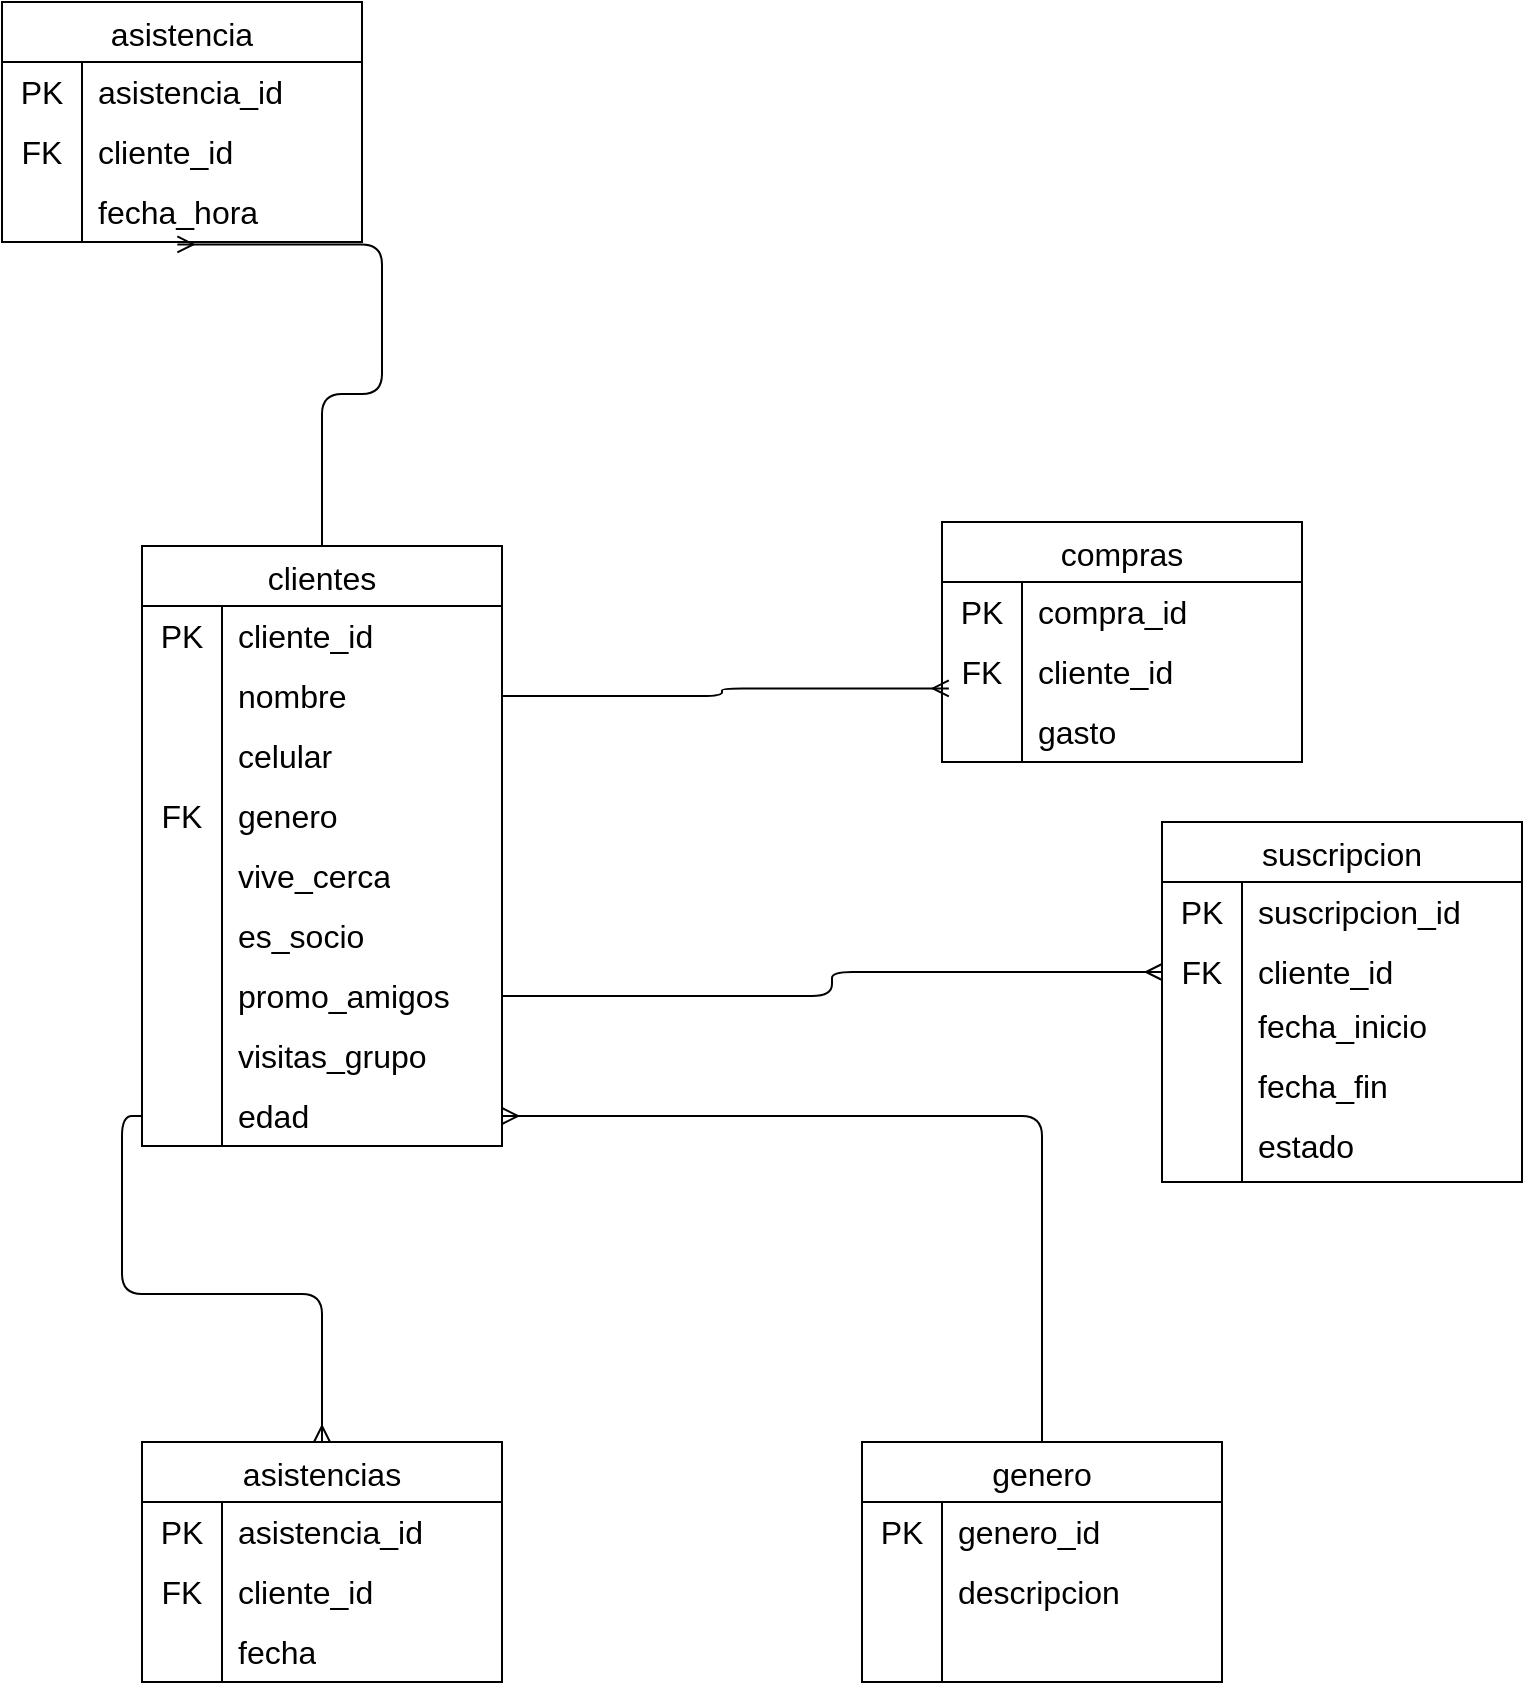
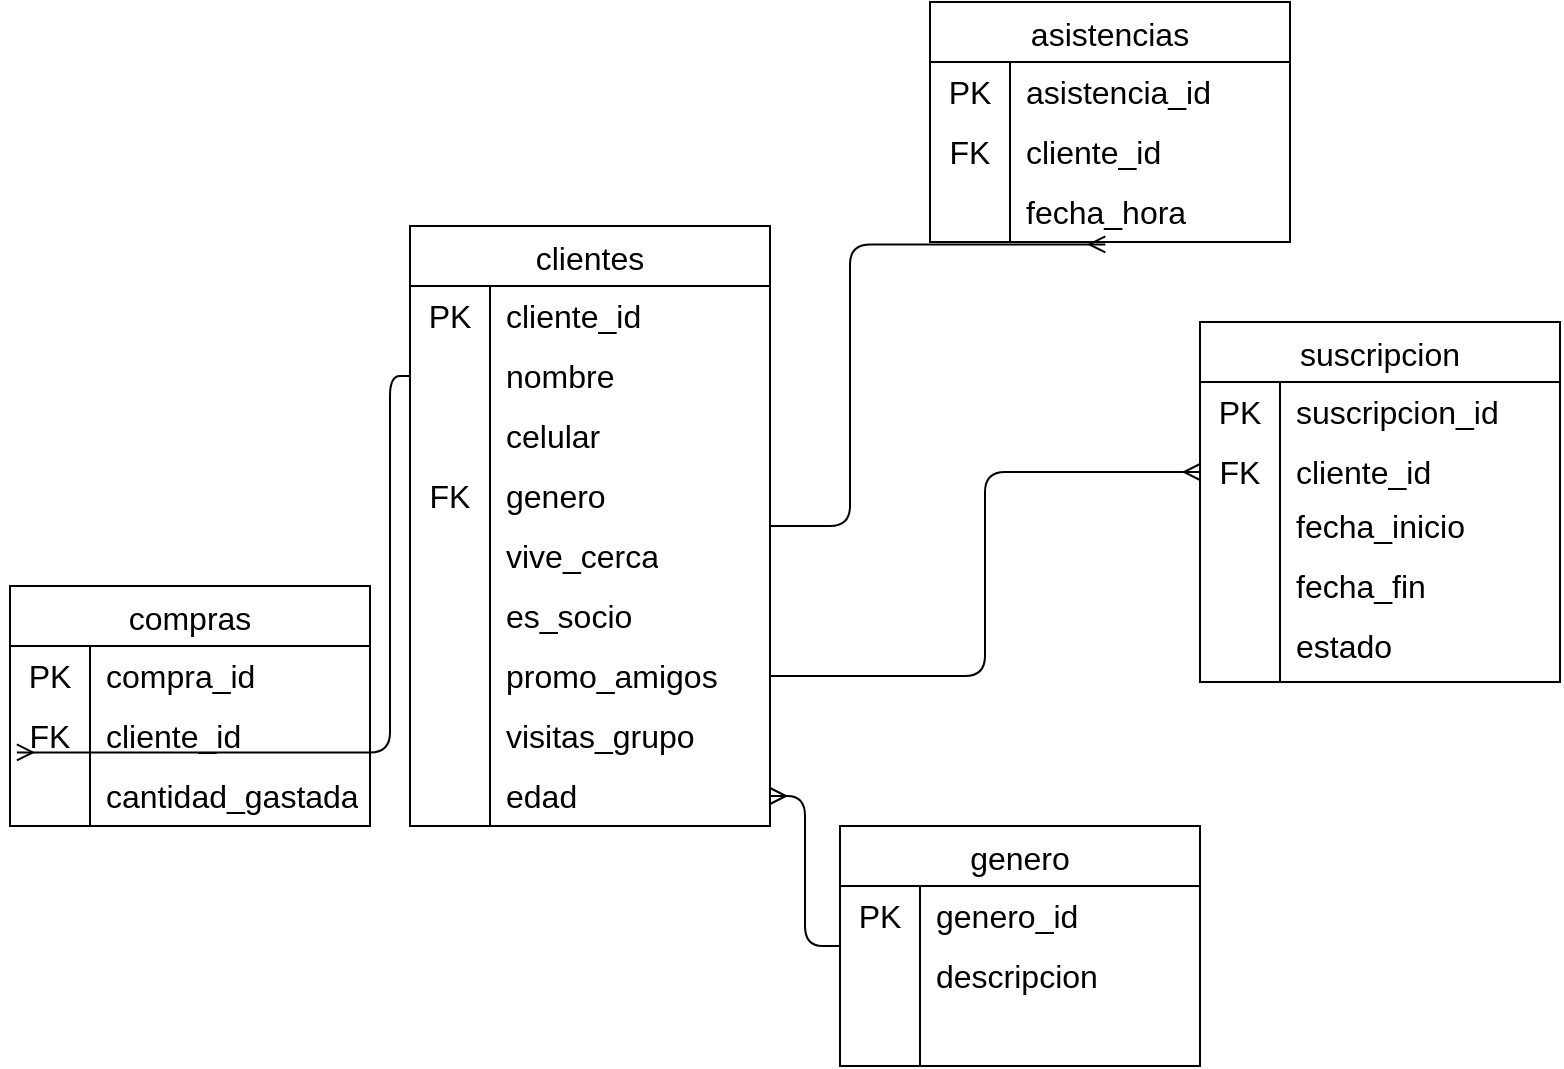
<mxfile host="65bd71144e">
    <diagram id="0N_q3d2VuDetmBSRo2Uj" name="Page-1">
-         <mxGraphModel dx="702" dy="1357" grid="1" gridSize="10" guides="1" tooltips="1" connect="1" arrows="1" fold="1" page="1" pageScale="1" pageWidth="850" pageHeight="1100" math="0" shadow="0">
+         <mxGraphModel dx="2738" dy="502" grid="1" gridSize="10" guides="1" tooltips="1" connect="1" arrows="1" fold="1" page="1" pageScale="1" pageWidth="850" pageHeight="1100" math="0" shadow="0">
            <root>
                <mxCell id="0"/>
                <mxCell id="1" parent="0"/>
                <mxCell id="2" value="clientes" style="shape=table;startSize=30;container=1;collapsible=0;childLayout=tableLayout;fixedRows=1;rowLines=0;fontStyle=0;strokeColor=default;fontSize=16;" parent="1" vertex="1">
                    <mxGeometry x="120" y="172" width="180" height="300" as="geometry"/>
                </mxCell>
                <mxCell id="3" value="" style="shape=tableRow;horizontal=0;startSize=0;swimlaneHead=0;swimlaneBody=0;top=0;left=0;bottom=0;right=0;collapsible=0;dropTarget=0;fillColor=none;points=[[0,0.5],[1,0.5]];portConstraint=eastwest;strokeColor=inherit;fontSize=16;" parent="2" vertex="1">
                    <mxGeometry y="30" width="180" height="30" as="geometry"/>
                </mxCell>
                <mxCell id="4" value="PK" style="shape=partialRectangle;html=1;whiteSpace=wrap;connectable=0;fillColor=none;top=0;left=0;bottom=0;right=0;overflow=hidden;pointerEvents=1;strokeColor=inherit;fontSize=16;" parent="3" vertex="1">
                    <mxGeometry width="40" height="30" as="geometry">
                        <mxRectangle width="40" height="30" as="alternateBounds"/>
                    </mxGeometry>
                </mxCell>
                <mxCell id="5" value="cliente_id" style="shape=partialRectangle;html=1;whiteSpace=wrap;connectable=0;fillColor=none;top=0;left=0;bottom=0;right=0;align=left;spacingLeft=6;overflow=hidden;strokeColor=inherit;fontSize=16;" parent="3" vertex="1">
                    <mxGeometry x="40" width="140" height="30" as="geometry">
                        <mxRectangle width="140" height="30" as="alternateBounds"/>
                    </mxGeometry>
                </mxCell>
                <mxCell id="6" value="" style="shape=tableRow;horizontal=0;startSize=0;swimlaneHead=0;swimlaneBody=0;top=0;left=0;bottom=0;right=0;collapsible=0;dropTarget=0;fillColor=none;points=[[0,0.5],[1,0.5]];portConstraint=eastwest;strokeColor=inherit;fontSize=16;" parent="2" vertex="1">
                    <mxGeometry y="60" width="180" height="30" as="geometry"/>
                </mxCell>
                <mxCell id="7" value="" style="shape=partialRectangle;html=1;whiteSpace=wrap;connectable=0;fillColor=none;top=0;left=0;bottom=0;right=0;overflow=hidden;strokeColor=inherit;fontSize=16;" parent="6" vertex="1">
                    <mxGeometry width="40" height="30" as="geometry">
                        <mxRectangle width="40" height="30" as="alternateBounds"/>
                    </mxGeometry>
                </mxCell>
                <mxCell id="8" value="nombre" style="shape=partialRectangle;html=1;whiteSpace=wrap;connectable=0;fillColor=none;top=0;left=0;bottom=0;right=0;align=left;spacingLeft=6;overflow=hidden;strokeColor=inherit;fontSize=16;" parent="6" vertex="1">
                    <mxGeometry x="40" width="140" height="30" as="geometry">
                        <mxRectangle width="140" height="30" as="alternateBounds"/>
                    </mxGeometry>
                </mxCell>
                <mxCell id="9" value="" style="shape=tableRow;horizontal=0;startSize=0;swimlaneHead=0;swimlaneBody=0;top=0;left=0;bottom=0;right=0;collapsible=0;dropTarget=0;fillColor=none;points=[[0,0.5],[1,0.5]];portConstraint=eastwest;strokeColor=inherit;fontSize=16;" parent="2" vertex="1">
                    <mxGeometry y="90" width="180" height="30" as="geometry"/>
                </mxCell>
                <mxCell id="10" value="" style="shape=partialRectangle;html=1;whiteSpace=wrap;connectable=0;fillColor=none;top=0;left=0;bottom=0;right=0;overflow=hidden;strokeColor=inherit;fontSize=16;" parent="9" vertex="1">
                    <mxGeometry width="40" height="30" as="geometry">
                        <mxRectangle width="40" height="30" as="alternateBounds"/>
                    </mxGeometry>
                </mxCell>
                <mxCell id="11" value="celular" style="shape=partialRectangle;html=1;whiteSpace=wrap;connectable=0;fillColor=none;top=0;left=0;bottom=0;right=0;align=left;spacingLeft=6;overflow=hidden;strokeColor=inherit;fontSize=16;" parent="9" vertex="1">
                    <mxGeometry x="40" width="140" height="30" as="geometry">
                        <mxRectangle width="140" height="30" as="alternateBounds"/>
                    </mxGeometry>
                </mxCell>
                <mxCell id="43" value="" style="shape=tableRow;horizontal=0;startSize=0;swimlaneHead=0;swimlaneBody=0;top=0;left=0;bottom=0;right=0;collapsible=0;dropTarget=0;fillColor=none;points=[[0,0.5],[1,0.5]];portConstraint=eastwest;strokeColor=inherit;fontSize=16;" parent="2" vertex="1">
                    <mxGeometry y="120" width="180" height="30" as="geometry"/>
                </mxCell>
                <mxCell id="44" value="FK" style="shape=partialRectangle;html=1;whiteSpace=wrap;connectable=0;fillColor=none;top=0;left=0;bottom=0;right=0;overflow=hidden;strokeColor=inherit;fontSize=16;" parent="43" vertex="1">
                    <mxGeometry width="40" height="30" as="geometry">
                        <mxRectangle width="40" height="30" as="alternateBounds"/>
                    </mxGeometry>
                </mxCell>
                <mxCell id="45" value="genero" style="shape=partialRectangle;html=1;whiteSpace=wrap;connectable=0;fillColor=none;top=0;left=0;bottom=0;right=0;align=left;spacingLeft=6;overflow=hidden;strokeColor=inherit;fontSize=16;" parent="43" vertex="1">
                    <mxGeometry x="40" width="140" height="30" as="geometry">
                        <mxRectangle width="140" height="30" as="alternateBounds"/>
                    </mxGeometry>
                </mxCell>
                <mxCell id="46" value="" style="shape=tableRow;horizontal=0;startSize=0;swimlaneHead=0;swimlaneBody=0;top=0;left=0;bottom=0;right=0;collapsible=0;dropTarget=0;fillColor=none;points=[[0,0.5],[1,0.5]];portConstraint=eastwest;strokeColor=inherit;fontSize=16;" parent="2" vertex="1">
                    <mxGeometry y="150" width="180" height="30" as="geometry"/>
                </mxCell>
                <mxCell id="47" value="" style="shape=partialRectangle;html=1;whiteSpace=wrap;connectable=0;fillColor=none;top=0;left=0;bottom=0;right=0;overflow=hidden;strokeColor=inherit;fontSize=16;" parent="46" vertex="1">
                    <mxGeometry width="40" height="30" as="geometry">
                        <mxRectangle width="40" height="30" as="alternateBounds"/>
                    </mxGeometry>
                </mxCell>
                <mxCell id="48" value="vive_cerca" style="shape=partialRectangle;html=1;whiteSpace=wrap;connectable=0;fillColor=none;top=0;left=0;bottom=0;right=0;align=left;spacingLeft=6;overflow=hidden;strokeColor=inherit;fontSize=16;" parent="46" vertex="1">
                    <mxGeometry x="40" width="140" height="30" as="geometry">
                        <mxRectangle width="140" height="30" as="alternateBounds"/>
                    </mxGeometry>
                </mxCell>
                <mxCell id="49" value="" style="shape=tableRow;horizontal=0;startSize=0;swimlaneHead=0;swimlaneBody=0;top=0;left=0;bottom=0;right=0;collapsible=0;dropTarget=0;fillColor=none;points=[[0,0.5],[1,0.5]];portConstraint=eastwest;strokeColor=inherit;fontSize=16;" parent="2" vertex="1">
                    <mxGeometry y="180" width="180" height="30" as="geometry"/>
                </mxCell>
                <mxCell id="50" value="" style="shape=partialRectangle;html=1;whiteSpace=wrap;connectable=0;fillColor=none;top=0;left=0;bottom=0;right=0;overflow=hidden;strokeColor=inherit;fontSize=16;" parent="49" vertex="1">
                    <mxGeometry width="40" height="30" as="geometry">
                        <mxRectangle width="40" height="30" as="alternateBounds"/>
                    </mxGeometry>
                </mxCell>
                <mxCell id="51" value="es_socio" style="shape=partialRectangle;html=1;whiteSpace=wrap;connectable=0;fillColor=none;top=0;left=0;bottom=0;right=0;align=left;spacingLeft=6;overflow=hidden;strokeColor=inherit;fontSize=16;" parent="49" vertex="1">
                    <mxGeometry x="40" width="140" height="30" as="geometry">
                        <mxRectangle width="140" height="30" as="alternateBounds"/>
                    </mxGeometry>
                </mxCell>
                <mxCell id="52" value="" style="shape=tableRow;horizontal=0;startSize=0;swimlaneHead=0;swimlaneBody=0;top=0;left=0;bottom=0;right=0;collapsible=0;dropTarget=0;fillColor=none;points=[[0,0.5],[1,0.5]];portConstraint=eastwest;strokeColor=inherit;fontSize=16;" parent="2" vertex="1">
                    <mxGeometry y="210" width="180" height="30" as="geometry"/>
                </mxCell>
                <mxCell id="53" value="" style="shape=partialRectangle;html=1;whiteSpace=wrap;connectable=0;fillColor=none;top=0;left=0;bottom=0;right=0;overflow=hidden;strokeColor=inherit;fontSize=16;" parent="52" vertex="1">
                    <mxGeometry width="40" height="30" as="geometry">
                        <mxRectangle width="40" height="30" as="alternateBounds"/>
                    </mxGeometry>
                </mxCell>
                <mxCell id="54" value="promo_amigos" style="shape=partialRectangle;html=1;whiteSpace=wrap;connectable=0;fillColor=none;top=0;left=0;bottom=0;right=0;align=left;spacingLeft=6;overflow=hidden;strokeColor=inherit;fontSize=16;" parent="52" vertex="1">
                    <mxGeometry x="40" width="140" height="30" as="geometry">
                        <mxRectangle width="140" height="30" as="alternateBounds"/>
                    </mxGeometry>
                </mxCell>
                <mxCell id="55" value="" style="shape=tableRow;horizontal=0;startSize=0;swimlaneHead=0;swimlaneBody=0;top=0;left=0;bottom=0;right=0;collapsible=0;dropTarget=0;fillColor=none;points=[[0,0.5],[1,0.5]];portConstraint=eastwest;strokeColor=inherit;fontSize=16;" parent="2" vertex="1">
                    <mxGeometry y="240" width="180" height="30" as="geometry"/>
                </mxCell>
                <mxCell id="56" value="" style="shape=partialRectangle;html=1;whiteSpace=wrap;connectable=0;fillColor=none;top=0;left=0;bottom=0;right=0;overflow=hidden;strokeColor=inherit;fontSize=16;" parent="55" vertex="1">
                    <mxGeometry width="40" height="30" as="geometry">
                        <mxRectangle width="40" height="30" as="alternateBounds"/>
                    </mxGeometry>
                </mxCell>
                <mxCell id="57" value="visitas_grupo" style="shape=partialRectangle;html=1;whiteSpace=wrap;connectable=0;fillColor=none;top=0;left=0;bottom=0;right=0;align=left;spacingLeft=6;overflow=hidden;strokeColor=inherit;fontSize=16;" parent="55" vertex="1">
                    <mxGeometry x="40" width="140" height="30" as="geometry">
                        <mxRectangle width="140" height="30" as="alternateBounds"/>
                    </mxGeometry>
                </mxCell>
                <mxCell id="58" value="" style="shape=tableRow;horizontal=0;startSize=0;swimlaneHead=0;swimlaneBody=0;top=0;left=0;bottom=0;right=0;collapsible=0;dropTarget=0;fillColor=none;points=[[0,0.5],[1,0.5]];portConstraint=eastwest;strokeColor=inherit;fontSize=16;" parent="2" vertex="1">
                    <mxGeometry y="270" width="180" height="30" as="geometry"/>
                </mxCell>
                <mxCell id="59" value="" style="shape=partialRectangle;html=1;whiteSpace=wrap;connectable=0;fillColor=none;top=0;left=0;bottom=0;right=0;overflow=hidden;strokeColor=inherit;fontSize=16;" parent="58" vertex="1">
                    <mxGeometry width="40" height="30" as="geometry">
                        <mxRectangle width="40" height="30" as="alternateBounds"/>
                    </mxGeometry>
                </mxCell>
                <mxCell id="60" value="edad" style="shape=partialRectangle;html=1;whiteSpace=wrap;connectable=0;fillColor=none;top=0;left=0;bottom=0;right=0;align=left;spacingLeft=6;overflow=hidden;strokeColor=inherit;fontSize=16;" parent="58" vertex="1">
                    <mxGeometry x="40" width="140" height="30" as="geometry">
                        <mxRectangle width="140" height="30" as="alternateBounds"/>
                    </mxGeometry>
                </mxCell>
                <mxCell id="96" style="edgeStyle=orthogonalEdgeStyle;html=1;entryX=1;entryY=0.5;entryDx=0;entryDy=0;endArrow=ERmany;endFill=0;" parent="1" source="12" target="58" edge="1">
                    <mxGeometry relative="1" as="geometry"/>
                </mxCell>
                <mxCell id="12" value="genero" style="shape=table;startSize=30;container=1;collapsible=0;childLayout=tableLayout;fixedRows=1;rowLines=0;fontStyle=0;strokeColor=default;fontSize=16;" parent="1" vertex="1">
-                     <mxGeometry x="480" y="620" width="180" height="120" as="geometry"/>
+                     <mxGeometry x="335" y="472" width="180" height="120" as="geometry"/>
                </mxCell>
                <mxCell id="13" value="" style="shape=tableRow;horizontal=0;startSize=0;swimlaneHead=0;swimlaneBody=0;top=0;left=0;bottom=0;right=0;collapsible=0;dropTarget=0;fillColor=none;points=[[0,0.5],[1,0.5]];portConstraint=eastwest;strokeColor=inherit;fontSize=16;" parent="12" vertex="1">
                    <mxGeometry y="30" width="180" height="30" as="geometry"/>
                </mxCell>
                <mxCell id="14" value="PK" style="shape=partialRectangle;html=1;whiteSpace=wrap;connectable=0;fillColor=none;top=0;left=0;bottom=0;right=0;overflow=hidden;pointerEvents=1;strokeColor=inherit;fontSize=16;" parent="13" vertex="1">
                    <mxGeometry width="40" height="30" as="geometry">
                        <mxRectangle width="40" height="30" as="alternateBounds"/>
                    </mxGeometry>
                </mxCell>
                <mxCell id="15" value="genero_id" style="shape=partialRectangle;html=1;whiteSpace=wrap;connectable=0;fillColor=none;top=0;left=0;bottom=0;right=0;align=left;spacingLeft=6;overflow=hidden;strokeColor=inherit;fontSize=16;" parent="13" vertex="1">
                    <mxGeometry x="40" width="140" height="30" as="geometry">
                        <mxRectangle width="140" height="30" as="alternateBounds"/>
                    </mxGeometry>
                </mxCell>
                <mxCell id="16" value="" style="shape=tableRow;horizontal=0;startSize=0;swimlaneHead=0;swimlaneBody=0;top=0;left=0;bottom=0;right=0;collapsible=0;dropTarget=0;fillColor=none;points=[[0,0.5],[1,0.5]];portConstraint=eastwest;strokeColor=inherit;fontSize=16;" parent="12" vertex="1">
                    <mxGeometry y="60" width="180" height="30" as="geometry"/>
                </mxCell>
                <mxCell id="17" value="" style="shape=partialRectangle;html=1;whiteSpace=wrap;connectable=0;fillColor=none;top=0;left=0;bottom=0;right=0;overflow=hidden;strokeColor=inherit;fontSize=16;" parent="16" vertex="1">
                    <mxGeometry width="40" height="30" as="geometry">
                        <mxRectangle width="40" height="30" as="alternateBounds"/>
                    </mxGeometry>
                </mxCell>
                <mxCell id="18" value="descripcion" style="shape=partialRectangle;html=1;whiteSpace=wrap;connectable=0;fillColor=none;top=0;left=0;bottom=0;right=0;align=left;spacingLeft=6;overflow=hidden;strokeColor=inherit;fontSize=16;" parent="16" vertex="1">
                    <mxGeometry x="40" width="140" height="30" as="geometry">
                        <mxRectangle width="140" height="30" as="alternateBounds"/>
                    </mxGeometry>
                </mxCell>
                <mxCell id="19" value="" style="shape=tableRow;horizontal=0;startSize=0;swimlaneHead=0;swimlaneBody=0;top=0;left=0;bottom=0;right=0;collapsible=0;dropTarget=0;fillColor=none;points=[[0,0.5],[1,0.5]];portConstraint=eastwest;strokeColor=inherit;fontSize=16;" parent="12" vertex="1">
                    <mxGeometry y="90" width="180" height="30" as="geometry"/>
                </mxCell>
                <mxCell id="20" value="" style="shape=partialRectangle;html=1;whiteSpace=wrap;connectable=0;fillColor=none;top=0;left=0;bottom=0;right=0;overflow=hidden;strokeColor=inherit;fontSize=16;" parent="19" vertex="1">
                    <mxGeometry width="40" height="30" as="geometry">
                        <mxRectangle width="40" height="30" as="alternateBounds"/>
                    </mxGeometry>
                </mxCell>
                <mxCell id="21" value="" style="shape=partialRectangle;html=1;whiteSpace=wrap;connectable=0;fillColor=none;top=0;left=0;bottom=0;right=0;align=left;spacingLeft=6;overflow=hidden;strokeColor=inherit;fontSize=16;" parent="19" vertex="1">
                    <mxGeometry x="40" width="140" height="30" as="geometry">
                        <mxRectangle width="140" height="30" as="alternateBounds"/>
                    </mxGeometry>
                </mxCell>
                <mxCell id="22" value="suscripcion" style="shape=table;startSize=30;container=1;collapsible=0;childLayout=tableLayout;fixedRows=1;rowLines=0;fontStyle=0;strokeColor=default;fontSize=16;" parent="1" vertex="1">
-                     <mxGeometry x="630" y="310" width="180" height="180" as="geometry"/>
+                     <mxGeometry x="515" y="220" width="180" height="180" as="geometry"/>
                </mxCell>
                <mxCell id="23" value="" style="shape=tableRow;horizontal=0;startSize=0;swimlaneHead=0;swimlaneBody=0;top=0;left=0;bottom=0;right=0;collapsible=0;dropTarget=0;fillColor=none;points=[[0,0.5],[1,0.5]];portConstraint=eastwest;strokeColor=inherit;fontSize=16;" parent="22" vertex="1">
                    <mxGeometry y="30" width="180" height="30" as="geometry"/>
                </mxCell>
                <mxCell id="24" value="PK" style="shape=partialRectangle;html=1;whiteSpace=wrap;connectable=0;fillColor=none;top=0;left=0;bottom=0;right=0;overflow=hidden;pointerEvents=1;strokeColor=inherit;fontSize=16;" parent="23" vertex="1">
                    <mxGeometry width="40" height="30" as="geometry">
                        <mxRectangle width="40" height="30" as="alternateBounds"/>
                    </mxGeometry>
                </mxCell>
                <mxCell id="25" value="suscripcion_id" style="shape=partialRectangle;html=1;whiteSpace=wrap;connectable=0;fillColor=none;top=0;left=0;bottom=0;right=0;align=left;spacingLeft=6;overflow=hidden;strokeColor=inherit;fontSize=16;" parent="23" vertex="1">
                    <mxGeometry x="40" width="140" height="30" as="geometry">
                        <mxRectangle width="140" height="30" as="alternateBounds"/>
                    </mxGeometry>
                </mxCell>
                <mxCell id="26" value="" style="shape=tableRow;horizontal=0;startSize=0;swimlaneHead=0;swimlaneBody=0;top=0;left=0;bottom=0;right=0;collapsible=0;dropTarget=0;fillColor=none;points=[[0,0.5],[1,0.5]];portConstraint=eastwest;strokeColor=inherit;fontSize=16;" parent="22" vertex="1">
                    <mxGeometry y="60" width="180" height="30" as="geometry"/>
                </mxCell>
                <mxCell id="27" value="FK" style="shape=partialRectangle;html=1;whiteSpace=wrap;connectable=0;fillColor=none;top=0;left=0;bottom=0;right=0;overflow=hidden;strokeColor=inherit;fontSize=16;" parent="26" vertex="1">
                    <mxGeometry width="40" height="30" as="geometry">
                        <mxRectangle width="40" height="30" as="alternateBounds"/>
                    </mxGeometry>
                </mxCell>
                <mxCell id="28" value="cliente_id" style="shape=partialRectangle;html=1;whiteSpace=wrap;connectable=0;fillColor=none;top=0;left=0;bottom=0;right=0;align=left;spacingLeft=6;overflow=hidden;strokeColor=inherit;fontSize=16;" parent="26" vertex="1">
                    <mxGeometry x="40" width="140" height="30" as="geometry">
                        <mxRectangle width="140" height="30" as="alternateBounds"/>
                    </mxGeometry>
                </mxCell>
                <mxCell id="29" value="" style="shape=tableRow;horizontal=0;startSize=0;swimlaneHead=0;swimlaneBody=0;top=0;left=0;bottom=0;right=0;collapsible=0;dropTarget=0;fillColor=none;points=[[0,0.5],[1,0.5]];portConstraint=eastwest;strokeColor=inherit;fontSize=16;" parent="22" vertex="1">
                    <mxGeometry y="90" width="180" height="30" as="geometry"/>
                </mxCell>
                <mxCell id="30" value="" style="shape=partialRectangle;html=1;whiteSpace=wrap;connectable=0;fillColor=none;top=0;left=0;bottom=0;right=0;overflow=hidden;strokeColor=inherit;fontSize=16;" parent="29" vertex="1">
                    <mxGeometry width="40" height="30" as="geometry">
                        <mxRectangle width="40" height="30" as="alternateBounds"/>
                    </mxGeometry>
                </mxCell>
                <mxCell id="31" value="fecha_inicio&lt;div&gt;&lt;br&gt;&lt;/div&gt;" style="shape=partialRectangle;html=1;whiteSpace=wrap;connectable=0;fillColor=none;top=0;left=0;bottom=0;right=0;align=left;spacingLeft=6;overflow=hidden;strokeColor=inherit;fontSize=16;" parent="29" vertex="1">
                    <mxGeometry x="40" width="140" height="30" as="geometry">
                        <mxRectangle width="140" height="30" as="alternateBounds"/>
                    </mxGeometry>
                </mxCell>
                <mxCell id="61" value="" style="shape=tableRow;horizontal=0;startSize=0;swimlaneHead=0;swimlaneBody=0;top=0;left=0;bottom=0;right=0;collapsible=0;dropTarget=0;fillColor=none;points=[[0,0.5],[1,0.5]];portConstraint=eastwest;strokeColor=inherit;fontSize=16;" parent="22" vertex="1">
                    <mxGeometry y="120" width="180" height="30" as="geometry"/>
                </mxCell>
                <mxCell id="62" value="" style="shape=partialRectangle;html=1;whiteSpace=wrap;connectable=0;fillColor=none;top=0;left=0;bottom=0;right=0;overflow=hidden;strokeColor=inherit;fontSize=16;" parent="61" vertex="1">
                    <mxGeometry width="40" height="30" as="geometry">
                        <mxRectangle width="40" height="30" as="alternateBounds"/>
                    </mxGeometry>
                </mxCell>
                <mxCell id="63" value="fecha_fin&lt;div&gt;&lt;br&gt;&lt;/div&gt;" style="shape=partialRectangle;html=1;whiteSpace=wrap;connectable=0;fillColor=none;top=0;left=0;bottom=0;right=0;align=left;spacingLeft=6;overflow=hidden;strokeColor=inherit;fontSize=16;" parent="61" vertex="1">
                    <mxGeometry x="40" width="140" height="30" as="geometry">
                        <mxRectangle width="140" height="30" as="alternateBounds"/>
                    </mxGeometry>
                </mxCell>
                <mxCell id="64" value="" style="shape=tableRow;horizontal=0;startSize=0;swimlaneHead=0;swimlaneBody=0;top=0;left=0;bottom=0;right=0;collapsible=0;dropTarget=0;fillColor=none;points=[[0,0.5],[1,0.5]];portConstraint=eastwest;strokeColor=inherit;fontSize=16;" parent="22" vertex="1">
                    <mxGeometry y="150" width="180" height="30" as="geometry"/>
                </mxCell>
                <mxCell id="65" value="" style="shape=partialRectangle;html=1;whiteSpace=wrap;connectable=0;fillColor=none;top=0;left=0;bottom=0;right=0;overflow=hidden;strokeColor=inherit;fontSize=16;" parent="64" vertex="1">
                    <mxGeometry width="40" height="30" as="geometry">
                        <mxRectangle width="40" height="30" as="alternateBounds"/>
                    </mxGeometry>
                </mxCell>
                <mxCell id="66" value="estado&lt;div&gt;&lt;br&gt;&lt;/div&gt;" style="shape=partialRectangle;html=1;whiteSpace=wrap;connectable=0;fillColor=none;top=0;left=0;bottom=0;right=0;align=left;spacingLeft=6;overflow=hidden;strokeColor=inherit;fontSize=16;" parent="64" vertex="1">
                    <mxGeometry x="40" width="140" height="30" as="geometry">
                        <mxRectangle width="140" height="30" as="alternateBounds"/>
                    </mxGeometry>
                </mxCell>
                <mxCell id="67" value="compras" style="shape=table;startSize=30;container=1;collapsible=0;childLayout=tableLayout;fixedRows=1;rowLines=0;fontStyle=0;strokeColor=default;fontSize=16;" parent="1" vertex="1">
-                     <mxGeometry x="520" y="160" width="180" height="120" as="geometry"/>
+                     <mxGeometry x="-80" y="352" width="180" height="120" as="geometry"/>
                </mxCell>
                <mxCell id="68" value="" style="shape=tableRow;horizontal=0;startSize=0;swimlaneHead=0;swimlaneBody=0;top=0;left=0;bottom=0;right=0;collapsible=0;dropTarget=0;fillColor=none;points=[[0,0.5],[1,0.5]];portConstraint=eastwest;strokeColor=inherit;fontSize=16;" parent="67" vertex="1">
                    <mxGeometry y="30" width="180" height="30" as="geometry"/>
                </mxCell>
                <mxCell id="69" value="PK" style="shape=partialRectangle;html=1;whiteSpace=wrap;connectable=0;fillColor=none;top=0;left=0;bottom=0;right=0;overflow=hidden;pointerEvents=1;strokeColor=inherit;fontSize=16;" parent="68" vertex="1">
                    <mxGeometry width="40" height="30" as="geometry">
                        <mxRectangle width="40" height="30" as="alternateBounds"/>
                    </mxGeometry>
                </mxCell>
                <mxCell id="70" value="compra_id" style="shape=partialRectangle;html=1;whiteSpace=wrap;connectable=0;fillColor=none;top=0;left=0;bottom=0;right=0;align=left;spacingLeft=6;overflow=hidden;strokeColor=inherit;fontSize=16;" parent="68" vertex="1">
                    <mxGeometry x="40" width="140" height="30" as="geometry">
                        <mxRectangle width="140" height="30" as="alternateBounds"/>
                    </mxGeometry>
                </mxCell>
                <mxCell id="71" value="" style="shape=tableRow;horizontal=0;startSize=0;swimlaneHead=0;swimlaneBody=0;top=0;left=0;bottom=0;right=0;collapsible=0;dropTarget=0;fillColor=none;points=[[0,0.5],[1,0.5]];portConstraint=eastwest;strokeColor=inherit;fontSize=16;" parent="67" vertex="1">
                    <mxGeometry y="60" width="180" height="30" as="geometry"/>
                </mxCell>
                <mxCell id="72" value="FK" style="shape=partialRectangle;html=1;whiteSpace=wrap;connectable=0;fillColor=none;top=0;left=0;bottom=0;right=0;overflow=hidden;strokeColor=inherit;fontSize=16;" parent="71" vertex="1">
                    <mxGeometry width="40" height="30" as="geometry">
                        <mxRectangle width="40" height="30" as="alternateBounds"/>
                    </mxGeometry>
                </mxCell>
                <mxCell id="73" value="cliente_id" style="shape=partialRectangle;html=1;whiteSpace=wrap;connectable=0;fillColor=none;top=0;left=0;bottom=0;right=0;align=left;spacingLeft=6;overflow=hidden;strokeColor=inherit;fontSize=16;" parent="71" vertex="1">
                    <mxGeometry x="40" width="140" height="30" as="geometry">
                        <mxRectangle width="140" height="30" as="alternateBounds"/>
                    </mxGeometry>
                </mxCell>
                <mxCell id="74" value="" style="shape=tableRow;horizontal=0;startSize=0;swimlaneHead=0;swimlaneBody=0;top=0;left=0;bottom=0;right=0;collapsible=0;dropTarget=0;fillColor=none;points=[[0,0.5],[1,0.5]];portConstraint=eastwest;strokeColor=inherit;fontSize=16;" parent="67" vertex="1">
                    <mxGeometry y="90" width="180" height="30" as="geometry"/>
                </mxCell>
                <mxCell id="75" value="" style="shape=partialRectangle;html=1;whiteSpace=wrap;connectable=0;fillColor=none;top=0;left=0;bottom=0;right=0;overflow=hidden;strokeColor=inherit;fontSize=16;" parent="74" vertex="1">
                    <mxGeometry width="40" height="30" as="geometry">
                        <mxRectangle width="40" height="30" as="alternateBounds"/>
                    </mxGeometry>
                </mxCell>
-                 <mxCell id="76" value="gasto" style="shape=partialRectangle;html=1;whiteSpace=wrap;connectable=0;fillColor=none;top=0;left=0;bottom=0;right=0;align=left;spacingLeft=6;overflow=hidden;strokeColor=inherit;fontSize=16;" parent="74" vertex="1">
-                     <mxGeometry x="40" width="140" height="30" as="geometry">
-                         <mxRectangle width="140" height="30" as="alternateBounds"/>
-                     </mxGeometry>
-                 </mxCell>
-                 <mxCell id="77" value="asistencias" style="shape=table;startSize=30;container=1;collapsible=0;childLayout=tableLayout;fixedRows=1;rowLines=0;fontStyle=0;strokeColor=default;fontSize=16;" parent="1" vertex="1">
-                     <mxGeometry x="120" y="620" width="180" height="120" as="geometry"/>
-                 </mxCell>
-                 <mxCell id="78" value="" style="shape=tableRow;horizontal=0;startSize=0;swimlaneHead=0;swimlaneBody=0;top=0;left=0;bottom=0;right=0;collapsible=0;dropTarget=0;fillColor=none;points=[[0,0.5],[1,0.5]];portConstraint=eastwest;strokeColor=inherit;fontSize=16;" parent="77" vertex="1">
-                     <mxGeometry y="30" width="180" height="30" as="geometry"/>
-                 </mxCell>
-                 <mxCell id="79" value="PK" style="shape=partialRectangle;html=1;whiteSpace=wrap;connectable=0;fillColor=none;top=0;left=0;bottom=0;right=0;overflow=hidden;pointerEvents=1;strokeColor=inherit;fontSize=16;" parent="78" vertex="1">
-                     <mxGeometry width="40" height="30" as="geometry">
-                         <mxRectangle width="40" height="30" as="alternateBounds"/>
-                     </mxGeometry>
-                 </mxCell>
-                 <mxCell id="80" value="asistencia_id" style="shape=partialRectangle;html=1;whiteSpace=wrap;connectable=0;fillColor=none;top=0;left=0;bottom=0;right=0;align=left;spacingLeft=6;overflow=hidden;strokeColor=inherit;fontSize=16;" parent="78" vertex="1">
-                     <mxGeometry x="40" width="140" height="30" as="geometry">
-                         <mxRectangle width="140" height="30" as="alternateBounds"/>
-                     </mxGeometry>
-                 </mxCell>
-                 <mxCell id="81" value="" style="shape=tableRow;horizontal=0;startSize=0;swimlaneHead=0;swimlaneBody=0;top=0;left=0;bottom=0;right=0;collapsible=0;dropTarget=0;fillColor=none;points=[[0,0.5],[1,0.5]];portConstraint=eastwest;strokeColor=inherit;fontSize=16;" parent="77" vertex="1">
-                     <mxGeometry y="60" width="180" height="30" as="geometry"/>
-                 </mxCell>
-                 <mxCell id="82" value="FK" style="shape=partialRectangle;html=1;whiteSpace=wrap;connectable=0;fillColor=none;top=0;left=0;bottom=0;right=0;overflow=hidden;strokeColor=inherit;fontSize=16;" parent="81" vertex="1">
-                     <mxGeometry width="40" height="30" as="geometry">
-                         <mxRectangle width="40" height="30" as="alternateBounds"/>
-                     </mxGeometry>
-                 </mxCell>
-                 <mxCell id="83" value="cliente_id" style="shape=partialRectangle;html=1;whiteSpace=wrap;connectable=0;fillColor=none;top=0;left=0;bottom=0;right=0;align=left;spacingLeft=6;overflow=hidden;strokeColor=inherit;fontSize=16;" parent="81" vertex="1">
-                     <mxGeometry x="40" width="140" height="30" as="geometry">
-                         <mxRectangle width="140" height="30" as="alternateBounds"/>
-                     </mxGeometry>
-                 </mxCell>
-                 <mxCell id="84" value="" style="shape=tableRow;horizontal=0;startSize=0;swimlaneHead=0;swimlaneBody=0;top=0;left=0;bottom=0;right=0;collapsible=0;dropTarget=0;fillColor=none;points=[[0,0.5],[1,0.5]];portConstraint=eastwest;strokeColor=inherit;fontSize=16;" parent="77" vertex="1">
-                     <mxGeometry y="90" width="180" height="30" as="geometry"/>
-                 </mxCell>
-                 <mxCell id="85" value="" style="shape=partialRectangle;html=1;whiteSpace=wrap;connectable=0;fillColor=none;top=0;left=0;bottom=0;right=0;overflow=hidden;strokeColor=inherit;fontSize=16;" parent="84" vertex="1">
-                     <mxGeometry width="40" height="30" as="geometry">
-                         <mxRectangle width="40" height="30" as="alternateBounds"/>
-                     </mxGeometry>
-                 </mxCell>
-                 <mxCell id="86" value="fecha" style="shape=partialRectangle;html=1;whiteSpace=wrap;connectable=0;fillColor=none;top=0;left=0;bottom=0;right=0;align=left;spacingLeft=6;overflow=hidden;strokeColor=inherit;fontSize=16;" parent="84" vertex="1">
+                 <mxCell id="76" value="cantidad_gastada" style="shape=partialRectangle;html=1;whiteSpace=wrap;connectable=0;fillColor=none;top=0;left=0;bottom=0;right=0;align=left;spacingLeft=6;overflow=hidden;strokeColor=inherit;fontSize=16;" parent="74" vertex="1">
                    <mxGeometry x="40" width="140" height="30" as="geometry">
                        <mxRectangle width="140" height="30" as="alternateBounds"/>
                    </mxGeometry>
                </mxCell>
                <mxCell id="90" style="edgeStyle=orthogonalEdgeStyle;html=1;entryX=0.019;entryY=0.773;entryDx=0;entryDy=0;entryPerimeter=0;endArrow=ERmany;endFill=0;" parent="1" source="6" target="71" edge="1">
                    <mxGeometry relative="1" as="geometry"/>
                </mxCell>
-                 <mxCell id="91" style="edgeStyle=orthogonalEdgeStyle;html=1;entryX=0.5;entryY=0;entryDx=0;entryDy=0;endArrow=ERmany;endFill=0;" parent="1" source="58" target="77" edge="1">
-                     <mxGeometry relative="1" as="geometry"/>
-                 </mxCell>
                <mxCell id="93" style="edgeStyle=orthogonalEdgeStyle;html=1;entryX=0;entryY=0.5;entryDx=0;entryDy=0;endArrow=ERmany;endFill=0;" parent="1" source="52" target="26" edge="1">
                    <mxGeometry relative="1" as="geometry"/>
                </mxCell>
-                 <mxCell id="97" value="asistencia" style="shape=table;startSize=30;container=1;collapsible=0;childLayout=tableLayout;fixedRows=1;rowLines=0;fontStyle=0;strokeColor=default;fontSize=16;" vertex="1" parent="1">
-                     <mxGeometry x="50" y="-100" width="180" height="120" as="geometry"/>
-                 </mxCell>
-                 <mxCell id="98" value="" style="shape=tableRow;horizontal=0;startSize=0;swimlaneHead=0;swimlaneBody=0;top=0;left=0;bottom=0;right=0;collapsible=0;dropTarget=0;fillColor=none;points=[[0,0.5],[1,0.5]];portConstraint=eastwest;strokeColor=inherit;fontSize=16;" vertex="1" parent="97">
-                     <mxGeometry y="30" width="180" height="30" as="geometry"/>
-                 </mxCell>
-                 <mxCell id="99" value="PK" style="shape=partialRectangle;html=1;whiteSpace=wrap;connectable=0;fillColor=none;top=0;left=0;bottom=0;right=0;overflow=hidden;pointerEvents=1;strokeColor=inherit;fontSize=16;" vertex="1" parent="98">
-                     <mxGeometry width="40" height="30" as="geometry">
-                         <mxRectangle width="40" height="30" as="alternateBounds"/>
-                     </mxGeometry>
-                 </mxCell>
-                 <mxCell id="100" value="asistencia_id" style="shape=partialRectangle;html=1;whiteSpace=wrap;connectable=0;fillColor=none;top=0;left=0;bottom=0;right=0;align=left;spacingLeft=6;overflow=hidden;strokeColor=inherit;fontSize=16;" vertex="1" parent="98">
-                     <mxGeometry x="40" width="140" height="30" as="geometry">
-                         <mxRectangle width="140" height="30" as="alternateBounds"/>
-                     </mxGeometry>
-                 </mxCell>
-                 <mxCell id="101" value="" style="shape=tableRow;horizontal=0;startSize=0;swimlaneHead=0;swimlaneBody=0;top=0;left=0;bottom=0;right=0;collapsible=0;dropTarget=0;fillColor=none;points=[[0,0.5],[1,0.5]];portConstraint=eastwest;strokeColor=inherit;fontSize=16;" vertex="1" parent="97">
-                     <mxGeometry y="60" width="180" height="30" as="geometry"/>
-                 </mxCell>
-                 <mxCell id="102" value="FK" style="shape=partialRectangle;html=1;whiteSpace=wrap;connectable=0;fillColor=none;top=0;left=0;bottom=0;right=0;overflow=hidden;strokeColor=inherit;fontSize=16;" vertex="1" parent="101">
-                     <mxGeometry width="40" height="30" as="geometry">
-                         <mxRectangle width="40" height="30" as="alternateBounds"/>
-                     </mxGeometry>
-                 </mxCell>
-                 <mxCell id="103" value="cliente_id" style="shape=partialRectangle;html=1;whiteSpace=wrap;connectable=0;fillColor=none;top=0;left=0;bottom=0;right=0;align=left;spacingLeft=6;overflow=hidden;strokeColor=inherit;fontSize=16;" vertex="1" parent="101">
-                     <mxGeometry x="40" width="140" height="30" as="geometry">
-                         <mxRectangle width="140" height="30" as="alternateBounds"/>
-                     </mxGeometry>
-                 </mxCell>
-                 <mxCell id="104" value="" style="shape=tableRow;horizontal=0;startSize=0;swimlaneHead=0;swimlaneBody=0;top=0;left=0;bottom=0;right=0;collapsible=0;dropTarget=0;fillColor=none;points=[[0,0.5],[1,0.5]];portConstraint=eastwest;strokeColor=inherit;fontSize=16;" vertex="1" parent="97">
-                     <mxGeometry y="90" width="180" height="30" as="geometry"/>
-                 </mxCell>
-                 <mxCell id="105" value="" style="shape=partialRectangle;html=1;whiteSpace=wrap;connectable=0;fillColor=none;top=0;left=0;bottom=0;right=0;overflow=hidden;strokeColor=inherit;fontSize=16;" vertex="1" parent="104">
-                     <mxGeometry width="40" height="30" as="geometry">
-                         <mxRectangle width="40" height="30" as="alternateBounds"/>
-                     </mxGeometry>
-                 </mxCell>
-                 <mxCell id="106" value="fecha_hora" style="shape=partialRectangle;html=1;whiteSpace=wrap;connectable=0;fillColor=none;top=0;left=0;bottom=0;right=0;align=left;spacingLeft=6;overflow=hidden;strokeColor=inherit;fontSize=16;" vertex="1" parent="104">
-                     <mxGeometry x="40" width="140" height="30" as="geometry">
-                         <mxRectangle width="140" height="30" as="alternateBounds"/>
-                     </mxGeometry>
-                 </mxCell>
-                 <mxCell id="107" style="edgeStyle=orthogonalEdgeStyle;html=1;entryX=0.487;entryY=1.04;entryDx=0;entryDy=0;entryPerimeter=0;endArrow=ERmany;endFill=0;" edge="1" parent="1" source="2" target="104">
+                 <mxCell id="97" value="asistencias" style="shape=table;startSize=30;container=1;collapsible=0;childLayout=tableLayout;fixedRows=1;rowLines=0;fontStyle=0;strokeColor=default;fontSize=16;" parent="1" vertex="1">
+                     <mxGeometry x="380" y="60" width="180" height="120" as="geometry"/>
+                 </mxCell>
+                 <mxCell id="98" value="" style="shape=tableRow;horizontal=0;startSize=0;swimlaneHead=0;swimlaneBody=0;top=0;left=0;bottom=0;right=0;collapsible=0;dropTarget=0;fillColor=none;points=[[0,0.5],[1,0.5]];portConstraint=eastwest;strokeColor=inherit;fontSize=16;" parent="97" vertex="1">
+                     <mxGeometry y="30" width="180" height="30" as="geometry"/>
+                 </mxCell>
+                 <mxCell id="99" value="PK" style="shape=partialRectangle;html=1;whiteSpace=wrap;connectable=0;fillColor=none;top=0;left=0;bottom=0;right=0;overflow=hidden;pointerEvents=1;strokeColor=inherit;fontSize=16;" parent="98" vertex="1">
+                     <mxGeometry width="40" height="30" as="geometry">
+                         <mxRectangle width="40" height="30" as="alternateBounds"/>
+                     </mxGeometry>
+                 </mxCell>
+                 <mxCell id="100" value="asistencia_id" style="shape=partialRectangle;html=1;whiteSpace=wrap;connectable=0;fillColor=none;top=0;left=0;bottom=0;right=0;align=left;spacingLeft=6;overflow=hidden;strokeColor=inherit;fontSize=16;" parent="98" vertex="1">
+                     <mxGeometry x="40" width="140" height="30" as="geometry">
+                         <mxRectangle width="140" height="30" as="alternateBounds"/>
+                     </mxGeometry>
+                 </mxCell>
+                 <mxCell id="101" value="" style="shape=tableRow;horizontal=0;startSize=0;swimlaneHead=0;swimlaneBody=0;top=0;left=0;bottom=0;right=0;collapsible=0;dropTarget=0;fillColor=none;points=[[0,0.5],[1,0.5]];portConstraint=eastwest;strokeColor=inherit;fontSize=16;" parent="97" vertex="1">
+                     <mxGeometry y="60" width="180" height="30" as="geometry"/>
+                 </mxCell>
+                 <mxCell id="102" value="FK" style="shape=partialRectangle;html=1;whiteSpace=wrap;connectable=0;fillColor=none;top=0;left=0;bottom=0;right=0;overflow=hidden;strokeColor=inherit;fontSize=16;" parent="101" vertex="1">
+                     <mxGeometry width="40" height="30" as="geometry">
+                         <mxRectangle width="40" height="30" as="alternateBounds"/>
+                     </mxGeometry>
+                 </mxCell>
+                 <mxCell id="103" value="cliente_id" style="shape=partialRectangle;html=1;whiteSpace=wrap;connectable=0;fillColor=none;top=0;left=0;bottom=0;right=0;align=left;spacingLeft=6;overflow=hidden;strokeColor=inherit;fontSize=16;" parent="101" vertex="1">
+                     <mxGeometry x="40" width="140" height="30" as="geometry">
+                         <mxRectangle width="140" height="30" as="alternateBounds"/>
+                     </mxGeometry>
+                 </mxCell>
+                 <mxCell id="104" value="" style="shape=tableRow;horizontal=0;startSize=0;swimlaneHead=0;swimlaneBody=0;top=0;left=0;bottom=0;right=0;collapsible=0;dropTarget=0;fillColor=none;points=[[0,0.5],[1,0.5]];portConstraint=eastwest;strokeColor=inherit;fontSize=16;" parent="97" vertex="1">
+                     <mxGeometry y="90" width="180" height="30" as="geometry"/>
+                 </mxCell>
+                 <mxCell id="105" value="" style="shape=partialRectangle;html=1;whiteSpace=wrap;connectable=0;fillColor=none;top=0;left=0;bottom=0;right=0;overflow=hidden;strokeColor=inherit;fontSize=16;" parent="104" vertex="1">
+                     <mxGeometry width="40" height="30" as="geometry">
+                         <mxRectangle width="40" height="30" as="alternateBounds"/>
+                     </mxGeometry>
+                 </mxCell>
+                 <mxCell id="106" value="fecha_hora" style="shape=partialRectangle;html=1;whiteSpace=wrap;connectable=0;fillColor=none;top=0;left=0;bottom=0;right=0;align=left;spacingLeft=6;overflow=hidden;strokeColor=inherit;fontSize=16;" parent="104" vertex="1">
+                     <mxGeometry x="40" width="140" height="30" as="geometry">
+                         <mxRectangle width="140" height="30" as="alternateBounds"/>
+                     </mxGeometry>
+                 </mxCell>
+                 <mxCell id="107" style="edgeStyle=orthogonalEdgeStyle;html=1;entryX=0.487;entryY=1.04;entryDx=0;entryDy=0;entryPerimeter=0;endArrow=ERmany;endFill=0;" parent="1" source="2" target="104" edge="1">
                    <mxGeometry relative="1" as="geometry"/>
                </mxCell>
            </root>
        </mxGraphModel>
    </diagram>
</mxfile>